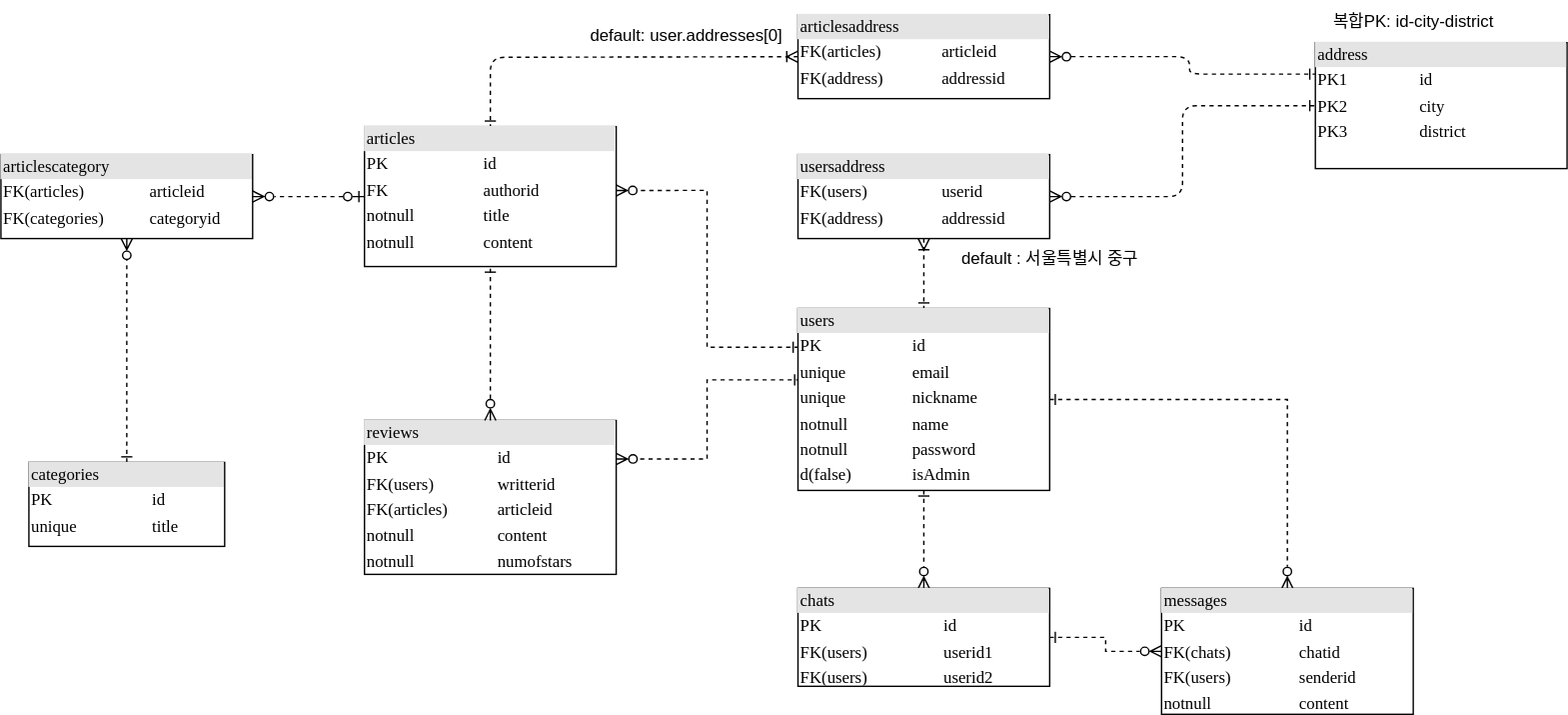
The draw.io diagram docs/uml/ERD.drawio.svg in 1Dohyeon/RentEase, before a commit. Source tidied: cells renumbered, new cells last; positions are measured from the earlier drawing's top-left corner, leaving out a move shared by most shapes.
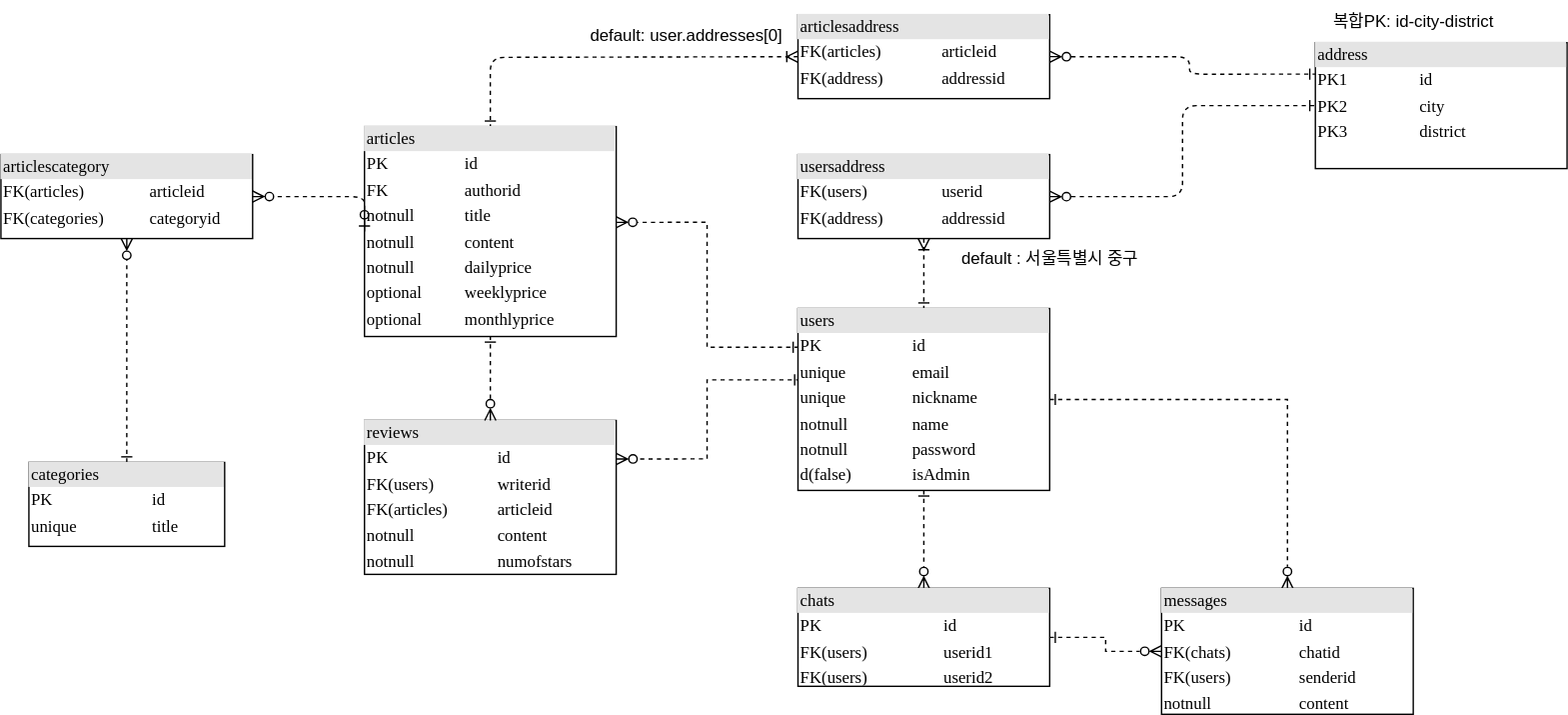
The same diagram one commit later.

The edit, as a diff of the source:
```diff
@@ -51,8 +51,8 @@
     <mxCell id="15" value="default : 서울특별시 중구" style="text;html=1;align=center;verticalAlign=middle;strokeColor=none;fillColor=none;" parent="1" vertex="1">
       <mxGeometry x="670" y="170" width="160" height="30" as="geometry" />
     </mxCell>
-    <mxCell id="16" value="&lt;div style=&quot;box-sizing: border-box ; width: 100% ; background: #e4e4e4 ; padding: 2px&quot;&gt;articles&lt;/div&gt;&lt;table style=&quot;width: 100% ; font-size: 1em&quot; cellpadding=&quot;2&quot; cellspacing=&quot;0&quot;&gt;&lt;tbody&gt;&lt;tr&gt;&lt;td&gt;PK&lt;/td&gt;&lt;td&gt;id&lt;/td&gt;&lt;/tr&gt;&lt;tr&gt;&lt;td&gt;FK&lt;/td&gt;&lt;td&gt;authorid&lt;/td&gt;&lt;/tr&gt;&lt;tr&gt;&lt;td&gt;notnull&lt;/td&gt;&lt;td&gt;title&lt;/td&gt;&lt;/tr&gt;&lt;tr&gt;&lt;td&gt;notnull&lt;br&gt;&lt;/td&gt;&lt;td&gt;content&lt;br&gt;&lt;/td&gt;&lt;/tr&gt;&lt;tr&gt;&lt;td&gt;&lt;br&gt;&lt;/td&gt;&lt;td&gt;&lt;br&gt;&lt;/td&gt;&lt;/tr&gt;&lt;tr&gt;&lt;td&gt;&lt;br&gt;&lt;/td&gt;&lt;td&gt;&lt;br&gt;&lt;/td&gt;&lt;/tr&gt;&lt;tr&gt;&lt;td&gt;&lt;/td&gt;&lt;td&gt;&lt;br&gt;&lt;/td&gt;&lt;/tr&gt;&lt;/tbody&gt;&lt;/table&gt;" style="verticalAlign=top;align=left;overflow=fill;html=1;rounded=0;shadow=0;comic=0;labelBackgroundColor=none;strokeWidth=1;fontFamily=Verdana;fontSize=12;" parent="1" vertex="1">
-      <mxGeometry x="260" y="90" width="180" height="100" as="geometry" />
+    <mxCell id="16" value="&lt;div style=&quot;box-sizing: border-box ; width: 100% ; background: #e4e4e4 ; padding: 2px&quot;&gt;articles&lt;/div&gt;&lt;table style=&quot;width: 100% ; font-size: 1em&quot; cellpadding=&quot;2&quot; cellspacing=&quot;0&quot;&gt;&lt;tbody&gt;&lt;tr&gt;&lt;td&gt;PK&lt;/td&gt;&lt;td&gt;id&lt;/td&gt;&lt;/tr&gt;&lt;tr&gt;&lt;td&gt;FK&lt;/td&gt;&lt;td&gt;authorid&lt;/td&gt;&lt;/tr&gt;&lt;tr&gt;&lt;td&gt;notnull&lt;/td&gt;&lt;td&gt;title&lt;/td&gt;&lt;/tr&gt;&lt;tr&gt;&lt;td&gt;notnull&lt;br&gt;&lt;/td&gt;&lt;td&gt;content&lt;br&gt;&lt;/td&gt;&lt;/tr&gt;&lt;tr&gt;&lt;td&gt;notnull&lt;/td&gt;&lt;td&gt;dailyprice&lt;/td&gt;&lt;/tr&gt;&lt;tr&gt;&lt;td&gt;optional&lt;/td&gt;&lt;td&gt;weeklyprice&lt;br&gt;&lt;/td&gt;&lt;/tr&gt;&lt;tr&gt;&lt;td&gt;optional&lt;/td&gt;&lt;td&gt;monthlyprice&lt;/td&gt;&lt;/tr&gt;&lt;/tbody&gt;&lt;/table&gt;" style="verticalAlign=top;align=left;overflow=fill;html=1;rounded=0;shadow=0;comic=0;labelBackgroundColor=none;strokeWidth=1;fontFamily=Verdana;fontSize=12;" parent="1" vertex="1">
+      <mxGeometry x="260" y="90" width="180" height="150" as="geometry" />
     </mxCell>
     <mxCell id="17" value="default: user.addresses[0]" style="text;html=1;align=center;verticalAlign=middle;strokeColor=none;fillColor=none;" parent="1" vertex="1">
       <mxGeometry x="410" y="10" width="160" height="30" as="geometry" />
@@ -74,7 +74,7 @@
         </Array>
       </mxGeometry>
     </mxCell>
-    <mxCell id="22" value="&lt;div style=&quot;box-sizing: border-box ; width: 100% ; background: #e4e4e4 ; padding: 2px&quot;&gt;reviews&lt;/div&gt;&lt;table style=&quot;width: 100% ; font-size: 1em&quot; cellpadding=&quot;2&quot; cellspacing=&quot;0&quot;&gt;&lt;tbody&gt;&lt;tr&gt;&lt;td&gt;PK&lt;/td&gt;&lt;td&gt;id&lt;/td&gt;&lt;/tr&gt;&lt;tr&gt;&lt;td&gt;FK(users)&lt;/td&gt;&lt;td&gt;writterid&lt;/td&gt;&lt;/tr&gt;&lt;tr&gt;&lt;td&gt;FK(articles)&lt;br&gt;&lt;/td&gt;&lt;td&gt;articleid&lt;br&gt;&lt;/td&gt;&lt;/tr&gt;&lt;tr&gt;&lt;td&gt;notnull&lt;br&gt;&lt;/td&gt;&lt;td&gt;content&lt;br&gt;&lt;/td&gt;&lt;/tr&gt;&lt;tr&gt;&lt;td&gt;notnull&lt;/td&gt;&lt;td&gt;numofstars&lt;br&gt;&lt;/td&gt;&lt;/tr&gt;&lt;tr&gt;&lt;td&gt;&lt;br&gt;&lt;/td&gt;&lt;td&gt;&lt;br&gt;&lt;/td&gt;&lt;/tr&gt;&lt;tr&gt;&lt;td&gt;&lt;/td&gt;&lt;td&gt;&lt;br&gt;&lt;/td&gt;&lt;/tr&gt;&lt;/tbody&gt;&lt;/table&gt;" style="verticalAlign=top;align=left;overflow=fill;html=1;rounded=0;shadow=0;comic=0;labelBackgroundColor=none;strokeWidth=1;fontFamily=Verdana;fontSize=12;" parent="1" vertex="1">
+    <mxCell id="22" value="&lt;div style=&quot;box-sizing: border-box ; width: 100% ; background: #e4e4e4 ; padding: 2px&quot;&gt;reviews&lt;/div&gt;&lt;table style=&quot;width: 100% ; font-size: 1em&quot; cellpadding=&quot;2&quot; cellspacing=&quot;0&quot;&gt;&lt;tbody&gt;&lt;tr&gt;&lt;td&gt;PK&lt;/td&gt;&lt;td&gt;id&lt;/td&gt;&lt;/tr&gt;&lt;tr&gt;&lt;td&gt;FK(users)&lt;/td&gt;&lt;td&gt;writerid&lt;/td&gt;&lt;/tr&gt;&lt;tr&gt;&lt;td&gt;FK(articles)&lt;br&gt;&lt;/td&gt;&lt;td&gt;articleid&lt;br&gt;&lt;/td&gt;&lt;/tr&gt;&lt;tr&gt;&lt;td&gt;notnull&lt;br&gt;&lt;/td&gt;&lt;td&gt;content&lt;br&gt;&lt;/td&gt;&lt;/tr&gt;&lt;tr&gt;&lt;td&gt;notnull&lt;/td&gt;&lt;td&gt;numofstars&lt;br&gt;&lt;/td&gt;&lt;/tr&gt;&lt;tr&gt;&lt;td&gt;&lt;br&gt;&lt;/td&gt;&lt;td&gt;&lt;br&gt;&lt;/td&gt;&lt;/tr&gt;&lt;tr&gt;&lt;td&gt;&lt;/td&gt;&lt;td&gt;&lt;br&gt;&lt;/td&gt;&lt;/tr&gt;&lt;/tbody&gt;&lt;/table&gt;" style="verticalAlign=top;align=left;overflow=fill;html=1;rounded=0;shadow=0;comic=0;labelBackgroundColor=none;strokeWidth=1;fontFamily=Verdana;fontSize=12;" parent="1" vertex="1">
       <mxGeometry x="260" y="300" width="180" height="110" as="geometry" />
     </mxCell>
     <mxCell id="23" style="edgeStyle=orthogonalEdgeStyle;rounded=0;jettySize=auto;html=1;exitX=0.5;exitY=0;exitDx=0;exitDy=0;entryX=0.5;entryY=1;entryDx=0;entryDy=0;dashed=1;startArrow=ERzeroToMany;startFill=0;endArrow=ERone;endFill=0;" parent="1" edge="1" source="22" target="16">
```
